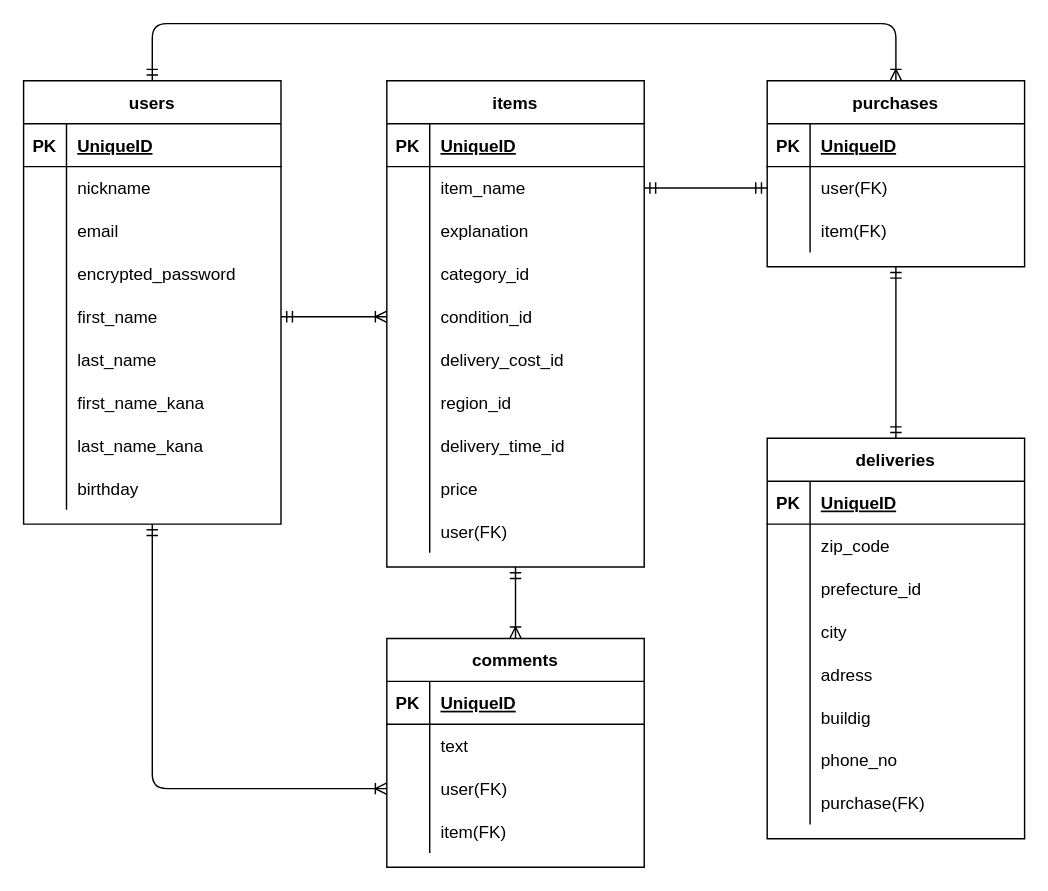
Before: database.dio in mmhm416/furima-34328, a draw.io diagram. Source tidied: cells renumbered, new cells numbered last; positions are measured from the earlier drawing's top-left corner, leaving out a move shared by most shapes. Both pictures are drawn from the tidied source at 143%, with x=0, y=0 at pixel (23, 23).
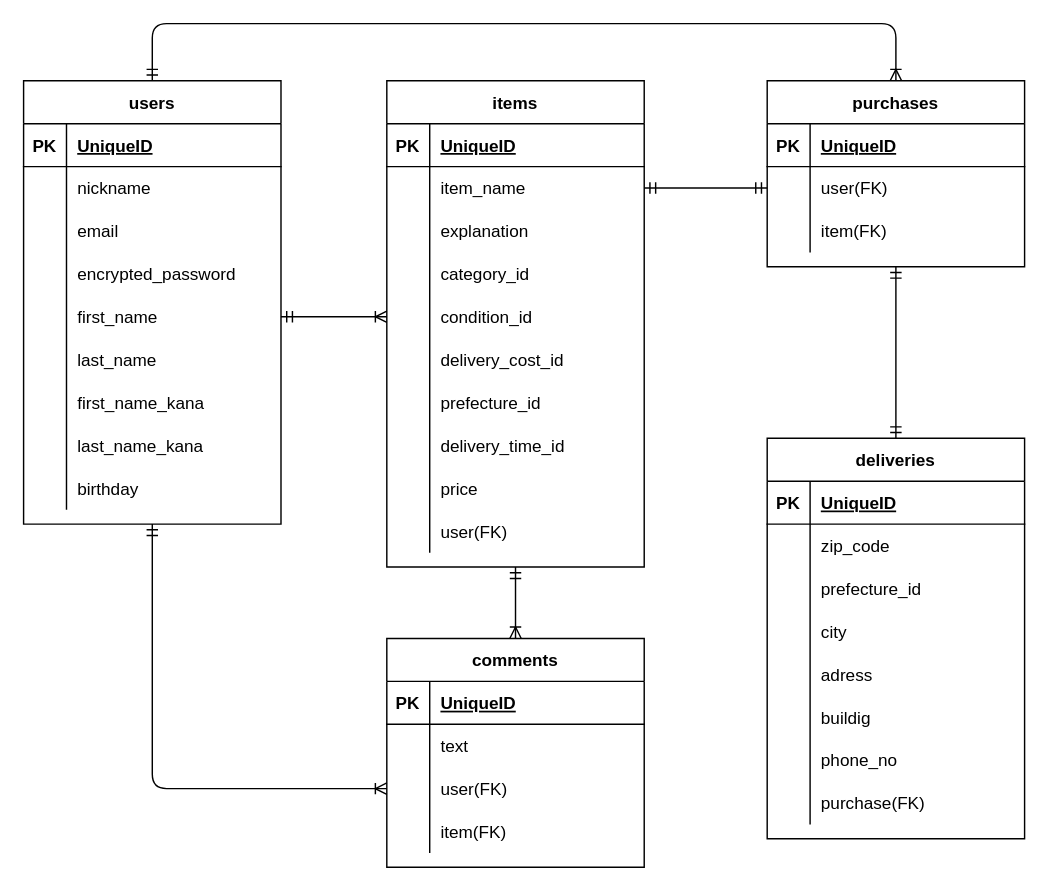
After the change.

Commit message (it also covers changes not shown here):
アクティブハッシュへの対応(カラム名変更)

Unchanged cells that the change refers to:
```xml
<mxCell id="49" style="shape=partialRectangle;fillColor=none;top=0;left=0;bottom=0;right=0;" parent="30" vertex="1">
  <mxGeometry y="210" width="180" height="30" as="geometry" />
</mxCell>
```

What changed in the source:
```diff
@@
-    <mxCell id="51" value="region_id" style="shape=partialRectangle;fillColor=none;top=0;left=0;bottom=0;right=0;align=left;spacingLeft=6;overflow=hidden;" parent="49" vertex="1">
+    <mxCell id="51" value="prefecture_id" style="shape=partialRectangle;fillColor=none;top=0;left=0;bottom=0;right=0;align=left;spacingLeft=6;overflow=hidden;" parent="49" vertex="1">
       <mxGeometry x="30" width="150" height="30" as="geometry" />
     </mxCell>
```
